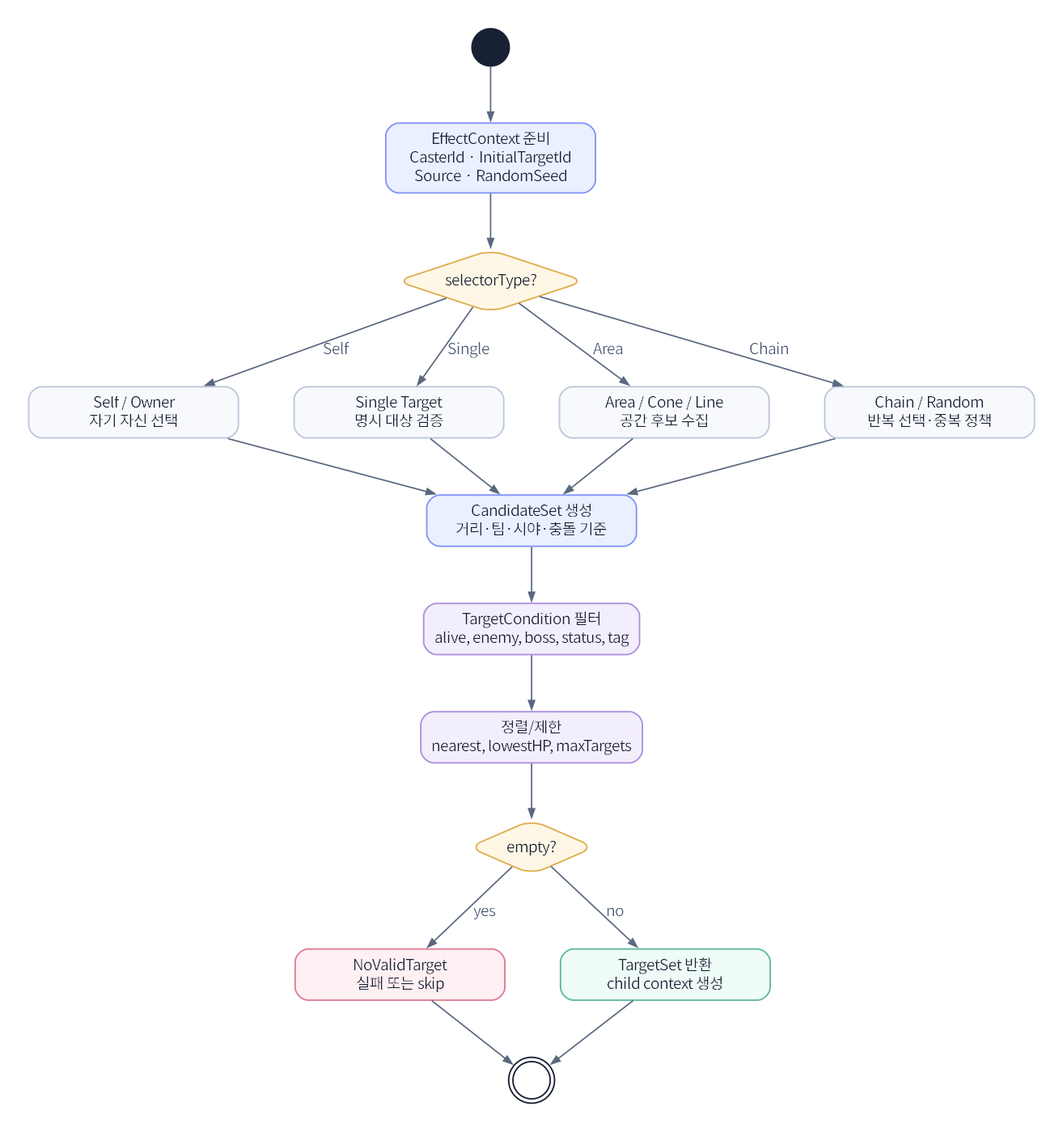
Earlier version of the Graphviz export assets/diagrams/12_target_selection_activity_diagram.png (JY-LemongO/game-system-framework-knowledge-site). Its source is kept beside it as source/diagrams/12_target_selection_activity_diagram.dot.
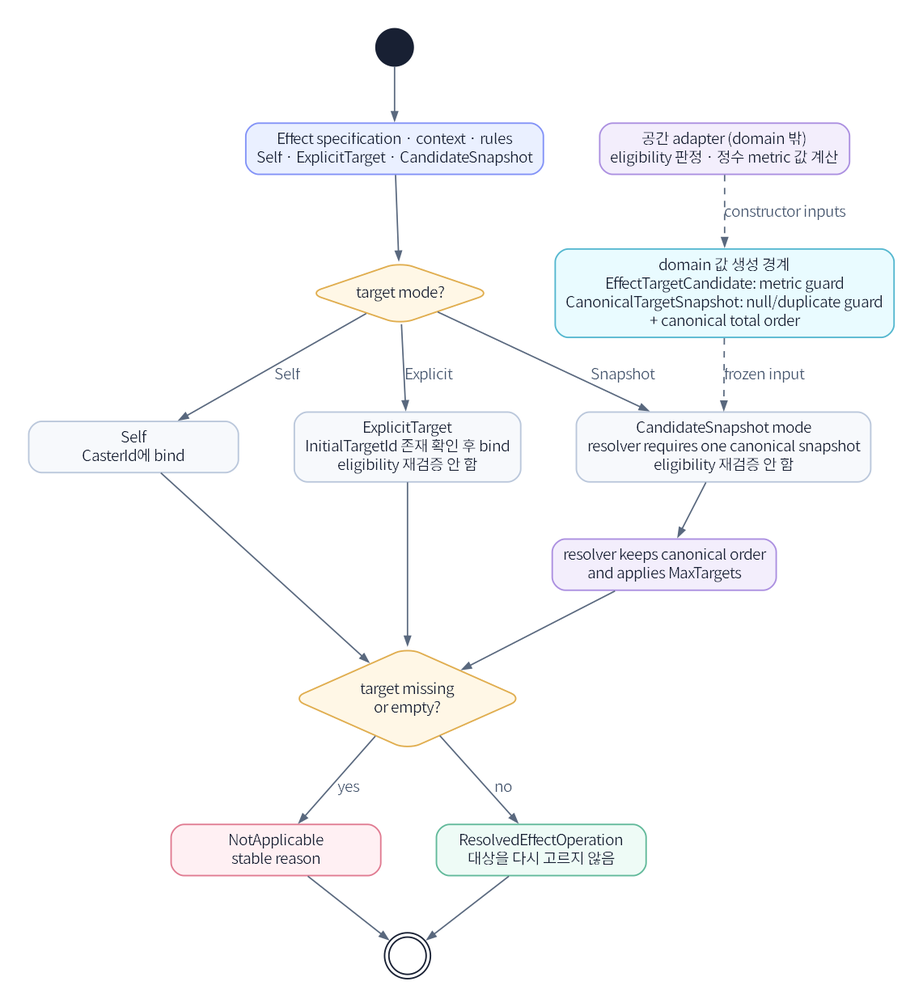
Later version of the same file.

Diff of the diagram source:
```diff
@@ -8,38 +8,42 @@
   splines=polyline;
   node [shape=box, style="rounded,filled", width=2.7, height=0.48];
   start [shape=circle, label="", width=0.22, fillcolor="#182033", color="#182033"];
-  Build [label="EffectContext 준비
-CasterId · InitialTargetId
-Source · RandomSeed", fillcolor="#eaf0ff", color="#8292f7"];
-  Selector [shape=diamond, label="selectorType?", fillcolor="#fff7e6", color="#e0ad4e", width=1.55, height=0.8];
-  Self [label="Self / Owner
-자기 자신 선택", fillcolor="#f7f9fc"];
-  Single [label="Single Target
-명시 대상 검증", fillcolor="#f7f9fc"];
-  Area [label="Area / Cone / Line
-공간 후보 수집", fillcolor="#f7f9fc"];
-  Chain [label="Chain / Random
-반복 선택·중복 정책", fillcolor="#f7f9fc"];
-  { rank=same; Self; Single; Area; Chain; }
-  Candidate [label="CandidateSet 생성
-거리·팀·시야·충돌 기준", fillcolor="#eaf0ff", color="#8292f7"];
-  Filter [label="TargetCondition 필터
-alive, enemy, boss, status, tag", fillcolor="#f3eefc", color="#ab8fe0"];
-  SortLimit [label="정렬/제한
-nearest, lowestHP, maxTargets", fillcolor="#f3eefc", color="#ab8fe0"];
-  Empty [shape=diamond, label="empty?", fillcolor="#fff7e6", color="#e0ad4e", width=1.2, height=0.7];
-  Fail [label="NoValidTarget
-실패 또는 skip", fillcolor="#fff0f3", color="#e07b91"];
-  Return [label="TargetSet 반환
-child context 생성", fillcolor="#eefbf6", color="#61b99a"];
+  Build [label="Effect specification · context · rules
+Self · ExplicitTarget · CandidateSnapshot", fillcolor="#eaf0ff", color="#8292f7"];
+  Adapter [label="공간 adapter (domain 밖)
+eligibility 판정 · 정수 metric 값 계산", fillcolor="#f3eefc", color="#ab8fe0"];
+  SnapshotBoundary [label="domain 값 생성 경계
+EffectTargetCandidate: metric guard
+CanonicalTargetSnapshot: null/duplicate guard
++ canonical total order", fillcolor="#e9fbff", color="#54b7cf"];
+  Selector [shape=diamond, label="target mode?", fillcolor="#fff7e6", color="#e0ad4e", width=1.55, height=0.8];
+  Self [label="Self
+CasterId에 bind", fillcolor="#f7f9fc"];
+  Explicit [label="ExplicitTarget
+InitialTargetId 존재 확인 후 bind
+eligibility 재검증 안 함", fillcolor="#f7f9fc"];
+  Candidate [label="CandidateSnapshot mode
+resolver requires one canonical snapshot
+eligibility 재검증 안 함", fillcolor="#f7f9fc"];
+  { rank=same; Self; Explicit; Candidate; }
+  Limit [label="resolver keeps canonical order
+and applies MaxTargets", fillcolor="#f3eefc", color="#ab8fe0"];
+  Empty [shape=diamond, label="target missing
+or empty?", fillcolor="#fff7e6", color="#e0ad4e", width=1.5, height=0.8];
+  Fail [label="NotApplicable
+stable reason", fillcolor="#fff0f3", color="#e07b91"];
+  Return [label="ResolvedEffectOperation
+대상을 다시 고르지 않음", fillcolor="#eefbf6", color="#61b99a"];
   end [shape=doublecircle, label="", width=0.28, fillcolor="#ffffff", color="#182033"];
   start -> Build -> Selector;
+  Adapter -> SnapshotBoundary [style=dashed, label="constructor inputs"];
+  SnapshotBoundary -> Candidate [style=dashed, label="frozen input"];
   Selector -> Self [label="Self"];
-  Selector -> Single [label="Single"];
-  Selector -> Area [label="Area"];
-  Selector -> Chain [label="Chain"];
-  Self -> Candidate; Single -> Candidate; Area -> Candidate; Chain -> Candidate;
-  Candidate -> Filter -> SortLimit -> Empty;
+  Selector -> Explicit [label="Explicit"];
+  Selector -> Candidate [label="Snapshot"];
+  Self -> Empty;
+  Explicit -> Empty;
+  Candidate -> Limit -> Empty;
   Empty -> Fail [label="yes"];
   Empty -> Return [label="no"];
   Fail -> end; Return -> end;
```
